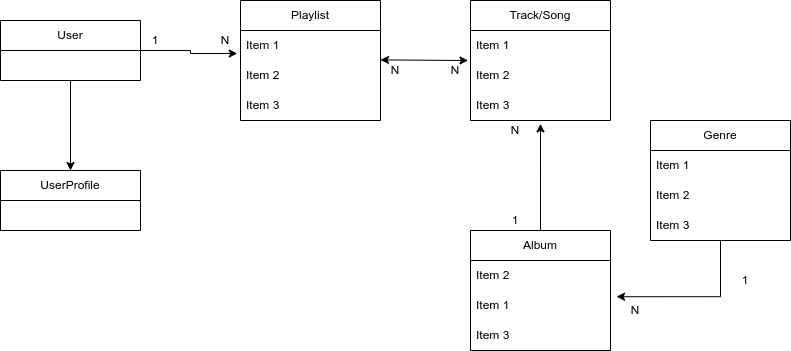
Earlier version of the draw.io export docs/DB_Graph.drawio.png (olyflower/music-space). Source tidied: cells renumbered, new cells last; positions are measured from the earlier drawing's top-left corner, leaving out a move shared by most shapes.
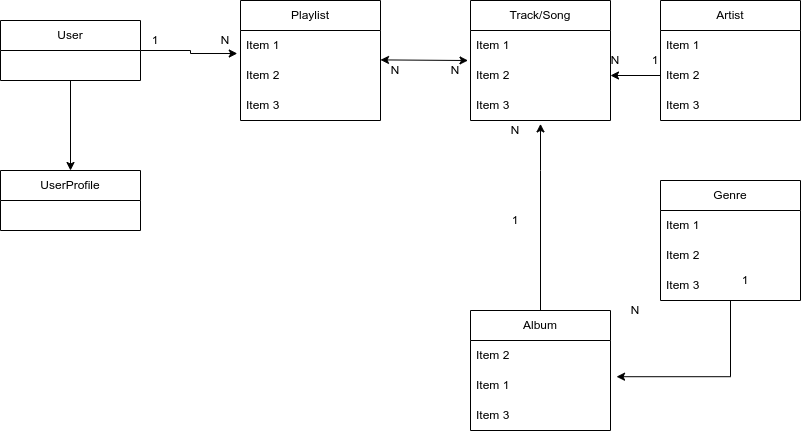
Later version of the same file.

Diff of the diagram source:
```diff
@@ -47,7 +47,7 @@
       </mxGeometry>
     </mxCell>
     <mxCell id="15" value="Album" style="swimlane;fontStyle=0;horizontal=1;startSize=30;whiteSpace=wrap;html=1;" parent="1" vertex="1">
-      <mxGeometry x="470" y="230" width="140" height="120" as="geometry" />
+      <mxGeometry x="470" y="310" width="140" height="120" as="geometry" />
     </mxCell>
     <mxCell id="16" value="Item 2" style="text;strokeColor=none;fillColor=none;align=left;verticalAlign=middle;spacingLeft=4;spacingRight=4;overflow=hidden;whiteSpace=wrap;html=1;" parent="15" vertex="1">
       <mxGeometry y="30" width="140" height="30" as="geometry" />
@@ -62,7 +62,7 @@
       <mxGeometry relative="1" as="geometry" />
     </mxCell>
     <mxCell id="20" value="Genre" style="swimlane;fontStyle=0;horizontal=1;startSize=30;whiteSpace=wrap;html=1;" parent="1" vertex="1">
-      <mxGeometry x="650" y="120" width="140" height="120" as="geometry" />
+      <mxGeometry x="660" y="180" width="140" height="120" as="geometry" />
     </mxCell>
     <mxCell id="21" value="Item 1" style="text;strokeColor=none;fillColor=none;align=left;verticalAlign=middle;spacingLeft=4;spacingRight=4;overflow=hidden;whiteSpace=wrap;html=1;" parent="20" vertex="1">
       <mxGeometry y="30" width="140" height="30" as="geometry" />
@@ -100,5 +100,26 @@
     <mxCell id="32" value="N" style="text;html=1;strokeColor=none;fillColor=none;align=center;verticalAlign=middle;whiteSpace=wrap;rounded=0;rotation=180;" parent="1" vertex="1">
       <mxGeometry x="370" y="60" width="50" height="20" as="geometry" />
     </mxCell>
+    <mxCell id="33" value="Artist" style="swimlane;fontStyle=0;horizontal=1;startSize=30;whiteSpace=wrap;html=1;" parent="1" vertex="1">
+      <mxGeometry x="660" width="140" height="120" as="geometry" />
+    </mxCell>
+    <mxCell id="34" value="Item 1" style="text;strokeColor=none;fillColor=none;align=left;verticalAlign=middle;spacingLeft=4;spacingRight=4;overflow=hidden;whiteSpace=wrap;html=1;" parent="33" vertex="1">
+      <mxGeometry y="30" width="140" height="30" as="geometry" />
+    </mxCell>
+    <mxCell id="35" value="Item 2" style="text;strokeColor=none;fillColor=none;align=left;verticalAlign=middle;spacingLeft=4;spacingRight=4;overflow=hidden;points=[[0,0.5],[1,0.5]];portConstraint=eastwest;whiteSpace=wrap;html=1;" parent="33" vertex="1">
+      <mxGeometry y="60" width="140" height="30" as="geometry" />
+    </mxCell>
+    <mxCell id="36" value="Item 3" style="text;strokeColor=none;fillColor=none;align=left;verticalAlign=middle;spacingLeft=4;spacingRight=4;overflow=hidden;whiteSpace=wrap;html=1;" parent="33" vertex="1">
+      <mxGeometry y="90" width="140" height="30" as="geometry" />
+    </mxCell>
+    <mxCell id="37" style="edgeStyle=orthogonalEdgeStyle;rounded=0;jettySize=auto;html=1;exitX=0;exitY=0.5;exitDx=0;exitDy=0;entryX=1;entryY=0.5;entryDx=0;entryDy=0;" parent="1" edge="1" source="35" target="12">
+      <mxGeometry relative="1" as="geometry" />
+    </mxCell>
+    <mxCell id="38" value="1" style="text;html=1;strokeColor=none;fillColor=none;align=center;verticalAlign=middle;whiteSpace=wrap;rounded=0;" parent="1" vertex="1">
+      <mxGeometry x="630" y="50" width="50" height="20" as="geometry" />
+    </mxCell>
+    <mxCell id="39" value="N" style="text;html=1;strokeColor=none;fillColor=none;align=center;verticalAlign=middle;whiteSpace=wrap;rounded=0;rotation=180;" parent="1" vertex="1">
+      <mxGeometry x="590" y="50" width="50" height="20" as="geometry" />
+    </mxCell>
   </root>
 </mxGraphModel>
```
